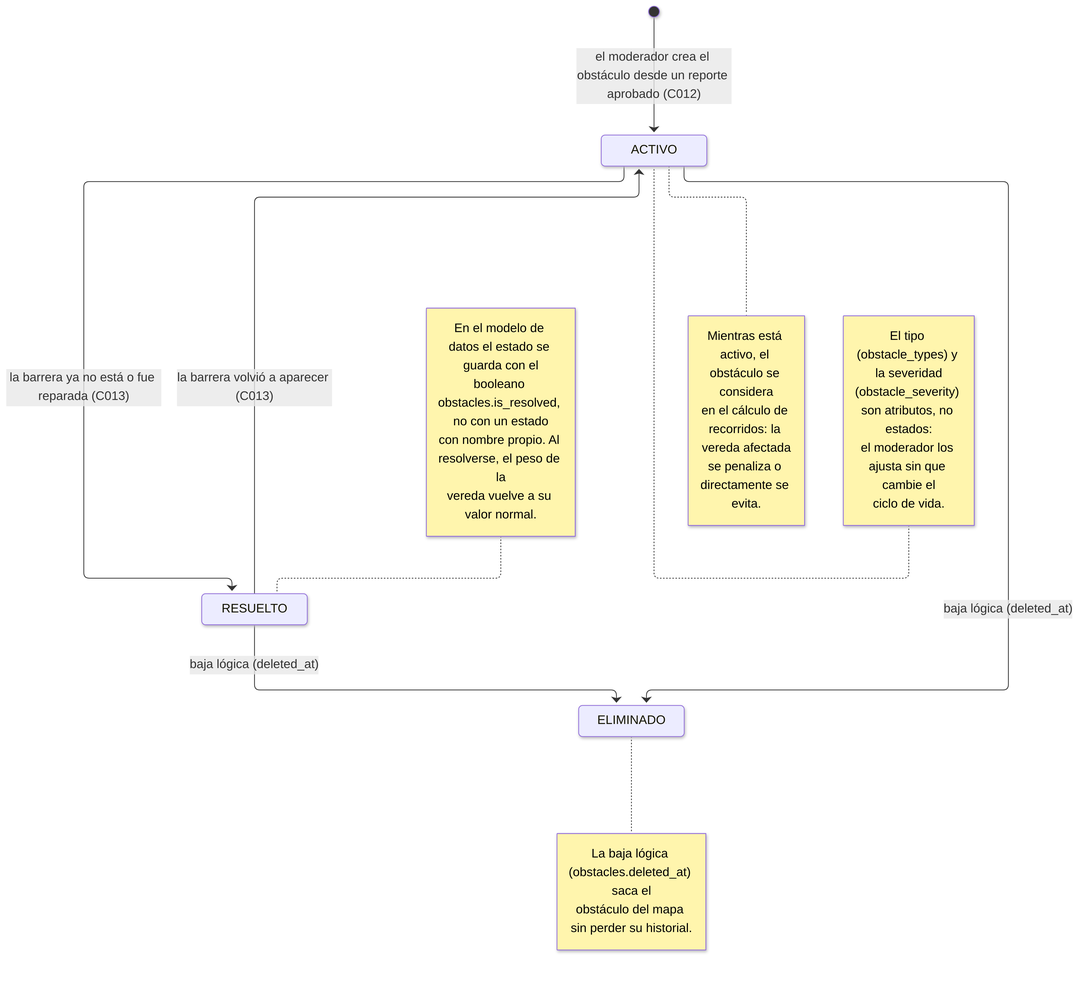
Above: docs/diagrams/imgs/05-est-obstaculo.png in BLP-Technologies/rodando-x-mza (Mermaid), before the change. Its source is kept beside it as docs/diagrams/05-est-obstaculo.mmd.
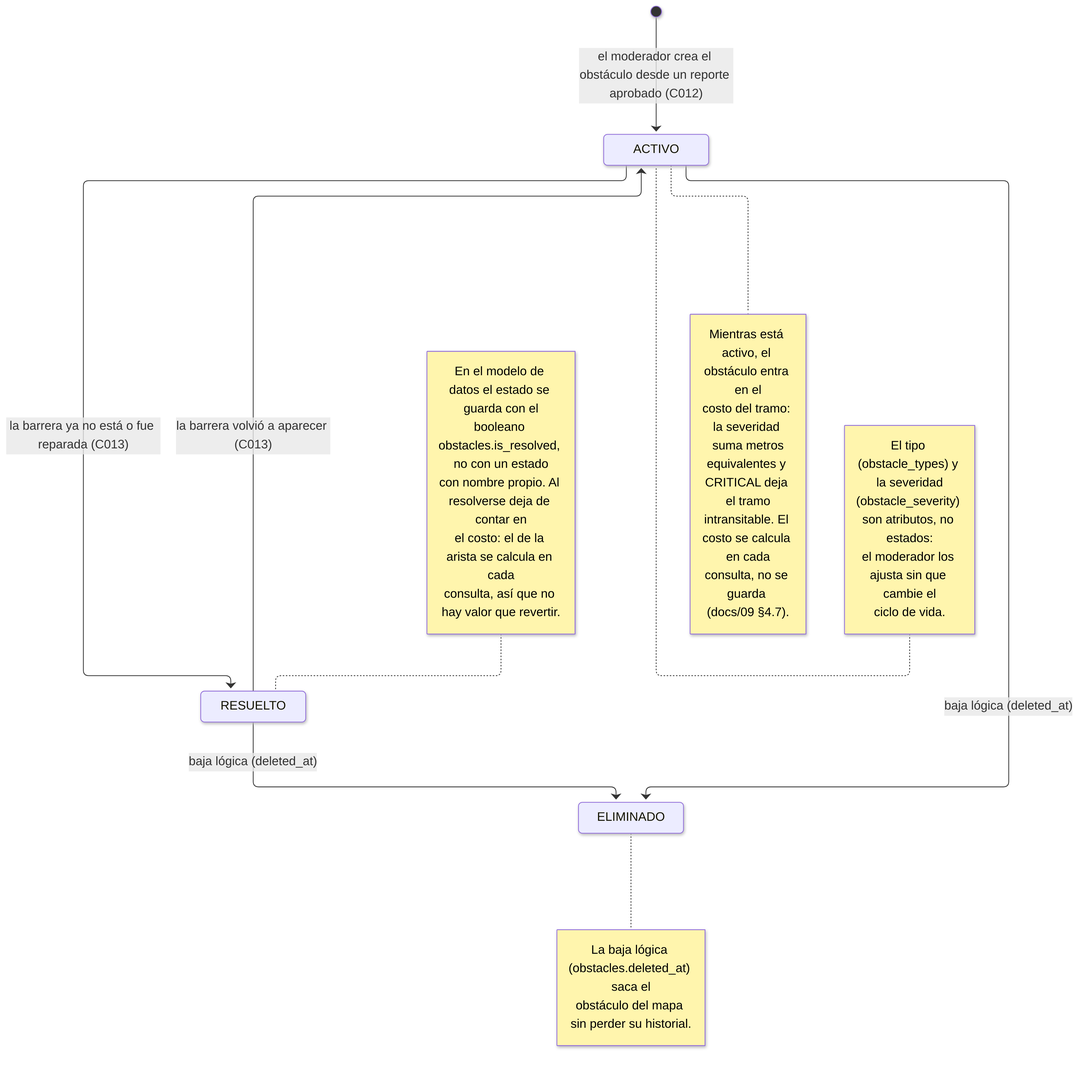
After the commit.

What changed in the source:
```diff
@@ -1,6 +1,6 @@
 stateDiagram-v2
     accTitle: Ciclo de vida del obstáculo
-    accDescr: Estados del obstáculo que el moderador crea en el mapa a partir de un reporte aprobado, y su efecto sobre el peso de la vereda en el cálculo de recorridos accesibles.
+    accDescr: Estados del obstáculo que el moderador crea en el mapa a partir de un reporte aprobado, y su efecto sobre el costo del tramo afectado en el cálculo de recorridos accesibles.
 
     state "ACTIVO" as ACTIVE
     state "RESUELTO" as RESOLVED
@@ -14,9 +14,11 @@
     RESOLVED --> DELETED: baja lógica (deleted_at)
 
     note right of ACTIVE
-        Mientras está activo, el obstáculo se considera
-        en el cálculo de recorridos: la vereda afectada
-        se penaliza o directamente se evita.
+        Mientras está activo, el obstáculo entra en el
+        costo del tramo: la severidad suma metros
+        equivalentes y CRITICAL deja el tramo
+        intransitable. El costo se calcula en cada
+        consulta, no se guarda (docs/09 §4.7).
     end note
 
     note left of ACTIVE
@@ -29,8 +31,9 @@
     note left of RESOLVED
         En el modelo de datos el estado se guarda con el
         booleano obstacles.is_resolved, no con un estado
-        con nombre propio. Al resolverse, el peso de la
-        vereda vuelve a su valor normal.
+        con nombre propio. Al resolverse deja de contar en
+        el costo: el de la arista se calcula en cada
+        consulta, así que no hay valor que revertir.
     end note
 
     note right of DELETED
```
